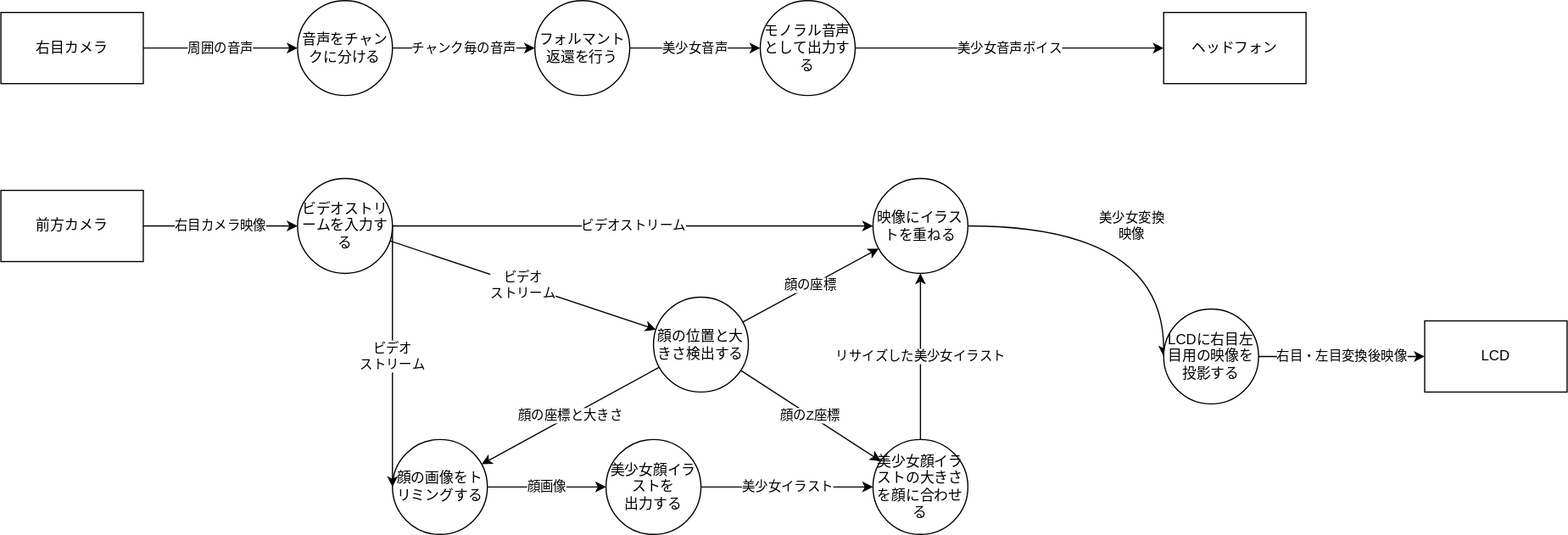
The draw.io diagram 人類ギャルゲー化計画/images/dfd0.drawio.svg in gakutosasabe/HearExpansion, before a commit. Source tidied: cells renumbered, new cells last; positions are measured from the earlier drawing's top-left corner, leaving out a move shared by most shapes. Source of this version:
```xml
<mxGraphModel>
  <root>
    <mxCell id="0" />
    <mxCell id="1" parent="0" />
    <mxCell id="2" value="美少女変換&lt;br&gt;映像" style="edgeStyle=orthogonalEdgeStyle;curved=1;html=1;entryX=0;entryY=0.5;entryDx=0;entryDy=0;exitX=1;exitY=0.5;exitDx=0;exitDy=0;" parent="1" edge="1" source="17">
      <mxGeometry relative="1" as="geometry">
        <mxPoint x="980" y="300" as="targetPoint" />
      </mxGeometry>
    </mxCell>
    <mxCell id="3" value="右目カメラ映像" style="edgeStyle=orthogonalEdgeStyle;curved=1;html=1;entryX=0;entryY=0.5;entryDx=0;entryDy=0;" parent="1" edge="1" source="4" target="7">
      <mxGeometry relative="1" as="geometry" />
    </mxCell>
    <mxCell id="4" value="前方カメラ" style="rounded=0;whiteSpace=wrap;html=1;" parent="1" vertex="1">
      <mxGeometry y="160" width="120" height="60" as="geometry" />
    </mxCell>
    <mxCell id="5" value="ビデオ&lt;br&gt;ストリーム" style="edgeStyle=none;html=1;" parent="1" edge="1" source="7" target="11">
      <mxGeometry relative="1" as="geometry" />
    </mxCell>
    <mxCell id="6" value="ビデオストリーム" style="edgeStyle=none;html=1;entryX=0;entryY=0.5;entryDx=0;entryDy=0;" parent="1" edge="1" target="17">
      <mxGeometry relative="1" as="geometry">
        <mxPoint x="330" y="190" as="sourcePoint" />
      </mxGeometry>
    </mxCell>
    <mxCell id="7" value="ビデオストリームを入力する" style="ellipse;whiteSpace=wrap;html=1;" parent="1" vertex="1">
      <mxGeometry x="250" y="150" width="80" height="80" as="geometry" />
    </mxCell>
    <mxCell id="8" value="顔の座標" style="edgeStyle=none;html=1;" parent="1" edge="1" source="11" target="17">
      <mxGeometry relative="1" as="geometry" />
    </mxCell>
    <mxCell id="9" value="顔のZ座標" style="edgeStyle=none;html=1;" parent="1" edge="1" source="11" target="31">
      <mxGeometry relative="1" as="geometry" />
    </mxCell>
    <mxCell id="10" value="顔の座標と大きさ" style="edgeStyle=none;html=1;" parent="1" edge="1" source="11" target="13">
      <mxGeometry relative="1" as="geometry" />
    </mxCell>
    <mxCell id="11" value="顔の位置と大きさ検出する" style="ellipse;whiteSpace=wrap;html=1;" parent="1" vertex="1">
      <mxGeometry x="550" y="250" width="80" height="80" as="geometry" />
    </mxCell>
    <mxCell id="12" value="顔画像" style="edgeStyle=none;html=1;entryX=0;entryY=0.5;entryDx=0;entryDy=0;" parent="1" edge="1" source="13" target="16">
      <mxGeometry relative="1" as="geometry" />
    </mxCell>
    <mxCell id="13" value="顔の画像をトリミングする" style="ellipse;whiteSpace=wrap;html=1;" parent="1" vertex="1">
      <mxGeometry x="330" y="370" width="80" height="80" as="geometry" />
    </mxCell>
    <mxCell id="14" value="ビデオ&lt;br&gt;ストリーム" style="edgeStyle=none;html=1;exitX=1;exitY=0.5;exitDx=0;exitDy=0;entryX=0;entryY=0.5;entryDx=0;entryDy=0;" parent="1" edge="1" source="7" target="13">
      <mxGeometry relative="1" as="geometry" />
    </mxCell>
    <mxCell id="15" value="美少女イラスト" style="edgeStyle=none;html=1;" parent="1" edge="1" source="16" target="31">
      <mxGeometry relative="1" as="geometry" />
    </mxCell>
    <mxCell id="16" value="美少女顔イラストを&lt;br&gt;出力する" style="ellipse;whiteSpace=wrap;html=1;" parent="1" vertex="1">
      <mxGeometry x="510" y="370" width="80" height="80" as="geometry" />
    </mxCell>
    <mxCell id="17" value="映像にイラストを重ねる" style="ellipse;whiteSpace=wrap;html=1;" parent="1" vertex="1">
      <mxGeometry x="735" y="150" width="80" height="80" as="geometry" />
    </mxCell>
    <mxCell id="18" value="周囲の音声" style="edgeStyle=none;html=1;" parent="1" edge="1" source="19" target="21">
      <mxGeometry relative="1" as="geometry" />
    </mxCell>
    <mxCell id="19" value="右目カメラ" style="rounded=0;whiteSpace=wrap;html=1;" parent="1" vertex="1">
      <mxGeometry y="10" width="120" height="60" as="geometry" />
    </mxCell>
    <mxCell id="20" value="チャンク毎の音声" style="edgeStyle=none;html=1;" parent="1" edge="1" source="21" target="23">
      <mxGeometry relative="1" as="geometry" />
    </mxCell>
    <mxCell id="21" value="音声をチャンクに分ける" style="ellipse;whiteSpace=wrap;html=1;" parent="1" vertex="1">
      <mxGeometry x="250" width="80" height="80" as="geometry" />
    </mxCell>
    <mxCell id="22" value="美少女音声" style="edgeStyle=none;html=1;" parent="1" edge="1" source="23" target="25">
      <mxGeometry relative="1" as="geometry" />
    </mxCell>
    <mxCell id="23" value="フォルマント返還を行う" style="ellipse;whiteSpace=wrap;html=1;" parent="1" vertex="1">
      <mxGeometry x="450" width="80" height="80" as="geometry" />
    </mxCell>
    <mxCell id="24" value="美少女音声ボイス" style="edgeStyle=none;html=1;" parent="1" edge="1" source="25" target="26">
      <mxGeometry relative="1" as="geometry" />
    </mxCell>
    <mxCell id="25" value="モノラル音声として出力する" style="ellipse;whiteSpace=wrap;html=1;" parent="1" vertex="1">
      <mxGeometry x="640" width="80" height="80" as="geometry" />
    </mxCell>
    <mxCell id="26" value="ヘッドフォン" style="rounded=0;whiteSpace=wrap;html=1;" parent="1" vertex="1">
      <mxGeometry x="980" y="10" width="120" height="60" as="geometry" />
    </mxCell>
    <mxCell id="27" value="右目・左目変換後映像" style="edgeStyle=none;html=1;entryX=0;entryY=0.5;entryDx=0;entryDy=0;" parent="1" edge="1" source="28" target="29">
      <mxGeometry relative="1" as="geometry" />
    </mxCell>
    <mxCell id="28" value="LCDに右目左目用の映像を投影する" style="ellipse;whiteSpace=wrap;html=1;" parent="1" vertex="1">
      <mxGeometry x="980" y="260" width="80" height="80" as="geometry" />
    </mxCell>
    <mxCell id="29" value="LCD" style="rounded=0;whiteSpace=wrap;html=1;" parent="1" vertex="1">
      <mxGeometry x="1200" y="270" width="120" height="60" as="geometry" />
    </mxCell>
    <mxCell id="30" value="リサイズした美少女イラスト" style="edgeStyle=none;html=1;" parent="1" edge="1" source="31" target="17">
      <mxGeometry relative="1" as="geometry" />
    </mxCell>
    <mxCell id="31" value="美少女顔イラストの大きさを顔に合わせる" style="ellipse;whiteSpace=wrap;html=1;" parent="1" vertex="1">
      <mxGeometry x="735" y="370" width="80" height="80" as="geometry" />
    </mxCell>
  </root>
</mxGraphModel>
```
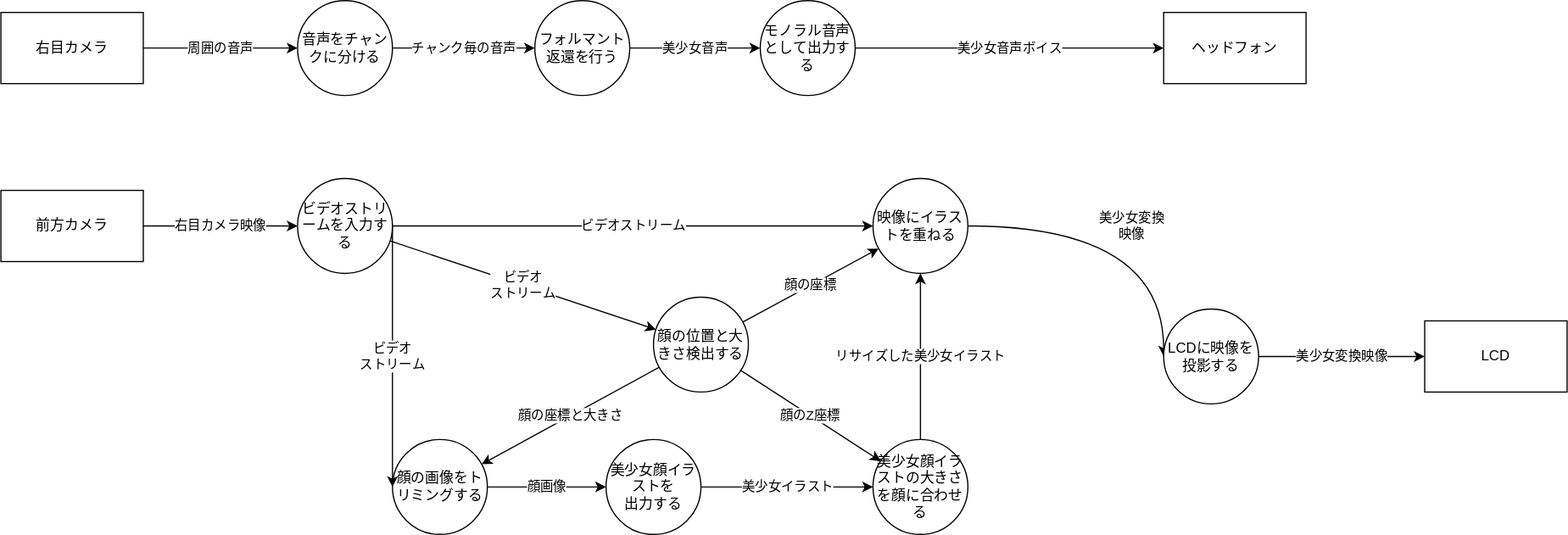
The same file after the commit.

What changed in the source:
```diff
@@ -81,10 +81,10 @@
     <mxCell id="26" value="ヘッドフォン" style="rounded=0;whiteSpace=wrap;html=1;" parent="1" vertex="1">
       <mxGeometry x="980" y="10" width="120" height="60" as="geometry" />
     </mxCell>
-    <mxCell id="27" value="右目・左目変換後映像" style="edgeStyle=none;html=1;entryX=0;entryY=0.5;entryDx=0;entryDy=0;" parent="1" edge="1" source="28" target="29">
+    <mxCell id="27" value="美少女変換映像" style="edgeStyle=none;html=1;entryX=0;entryY=0.5;entryDx=0;entryDy=0;" parent="1" edge="1" source="28" target="29">
       <mxGeometry relative="1" as="geometry" />
     </mxCell>
-    <mxCell id="28" value="LCDに右目左目用の映像を投影する" style="ellipse;whiteSpace=wrap;html=1;" parent="1" vertex="1">
+    <mxCell id="28" value="LCDに映像を投影する" style="ellipse;whiteSpace=wrap;html=1;" parent="1" vertex="1">
       <mxGeometry x="980" y="260" width="80" height="80" as="geometry" />
     </mxCell>
     <mxCell id="29" value="LCD" style="rounded=0;whiteSpace=wrap;html=1;" parent="1" vertex="1">
```
